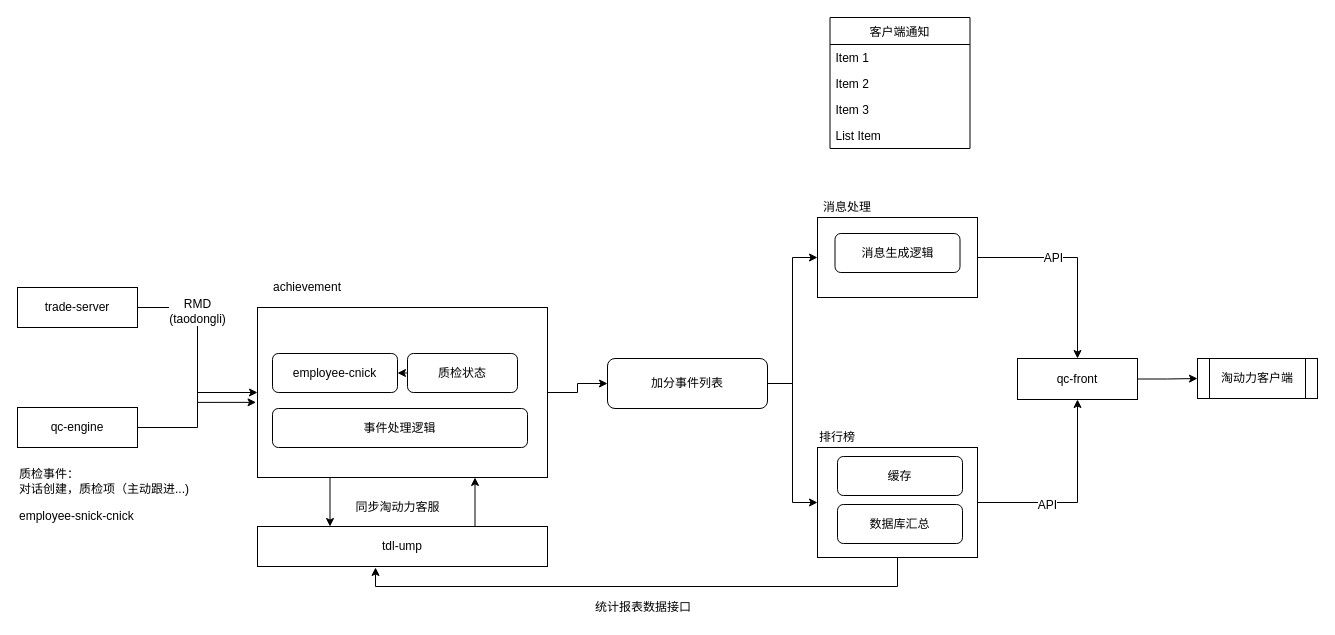
Above: achievement.drawio in Aavon/doc_drawio (draw.io), before the change. Source tidied: cells renumbered, new cells numbered last; positions are measured from the earlier drawing's top-left corner, leaving out a move shared by most shapes. Both pictures are drawn from the tidied source at 100%, with x=0, y=0 at pixel (17, 17).
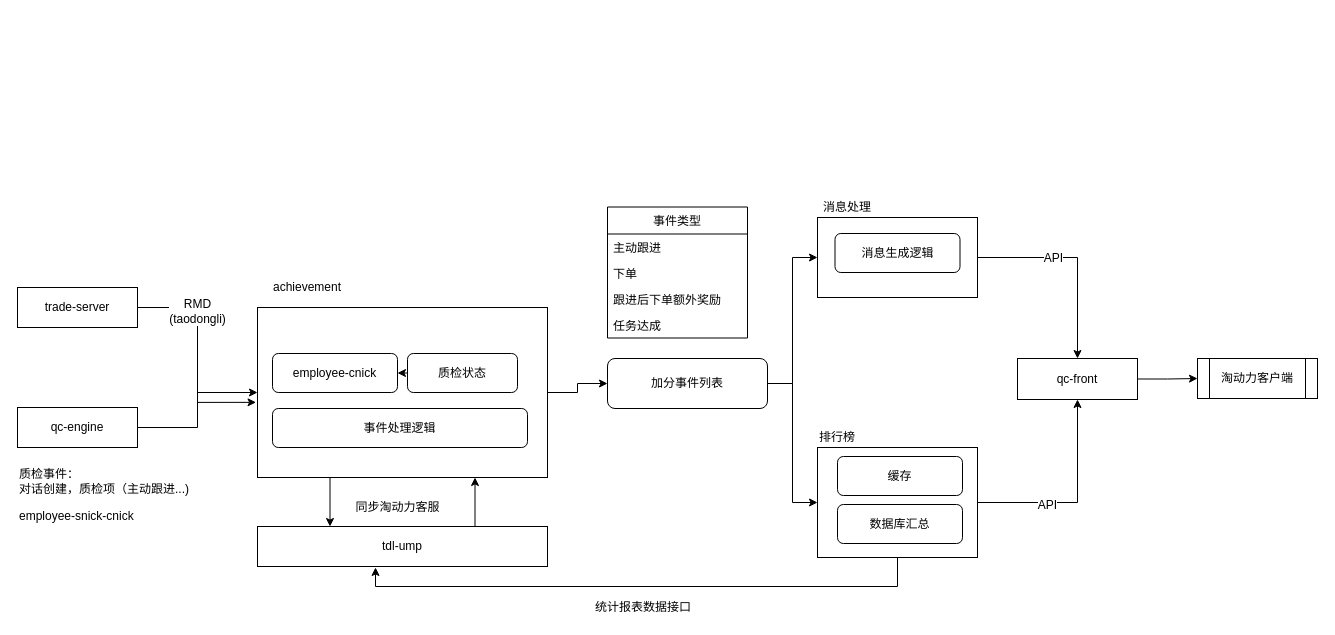
The same diagram, later.

The edit, as a diff of the source:
```diff
@@
-    <mxCell id="2" value="客户端通知" style="swimlane;fontStyle=0;horizontal=1;startSize=27;fillColor=none;" parent="1" vertex="1">
-      <mxGeometry x="812.5" width="140" height="131" as="geometry" />
+    <mxCell id="2" value="事件类型" style="swimlane;fontStyle=0;horizontal=1;startSize=27;fillColor=none;" parent="1" vertex="1">
+      <mxGeometry x="590" y="189.5" width="140" height="131" as="geometry" />
     </mxCell>
-    <mxCell id="3" value="Item 1" style="text;strokeColor=none;fillColor=none;align=left;verticalAlign=top;spacingLeft=4;spacingRight=4;overflow=hidden;" parent="2" vertex="1">
+    <mxCell id="3" value="主动跟进" style="text;strokeColor=none;fillColor=none;align=left;verticalAlign=top;spacingLeft=4;spacingRight=4;overflow=hidden;" parent="2" vertex="1">
       <mxGeometry y="27" width="140" height="26" as="geometry" />
     </mxCell>
-    <mxCell id="4" value="Item 2" style="text;strokeColor=none;fillColor=none;align=left;verticalAlign=top;spacingLeft=4;spacingRight=4;overflow=hidden;" parent="2" vertex="1">
+    <mxCell id="4" value="下单" style="text;strokeColor=none;fillColor=none;align=left;verticalAlign=top;spacingLeft=4;spacingRight=4;overflow=hidden;" parent="2" vertex="1">
       <mxGeometry y="53" width="140" height="26" as="geometry" />
     </mxCell>
-    <mxCell id="5" value="Item 3" style="text;strokeColor=none;fillColor=none;align=left;verticalAlign=top;spacingLeft=4;spacingRight=4;overflow=hidden;" parent="2" vertex="1">
-      <mxGeometry y="79" width="140" height="26" as="geometry" />
-    </mxCell>
-    <mxCell id="6" value="List Item" style="text;strokeColor=none;fillColor=none;align=left;verticalAlign=top;spacingLeft=4;spacingRight=4;overflow=hidden;" parent="2" vertex="1">
-      <mxGeometry y="105" width="140" height="26" as="geometry" />
+    <mxCell id="6" value="跟进后下单额外奖励" style="text;strokeColor=none;fillColor=none;align=left;verticalAlign=top;spacingLeft=4;spacingRight=4;overflow=hidden;" parent="2" vertex="1">
+      <mxGeometry y="79" width="140" height="26" as="geometry" />
     </mxCell>
+    <mxCell id="44" value="任务达成" style="text;strokeColor=none;fillColor=none;align=left;verticalAlign=top;spacingLeft=4;spacingRight=4;overflow=hidden;" parent="2" vertex="1">
+      <mxGeometry y="105" width="140" height="26" as="geometry" />
+    </mxCell>
```
